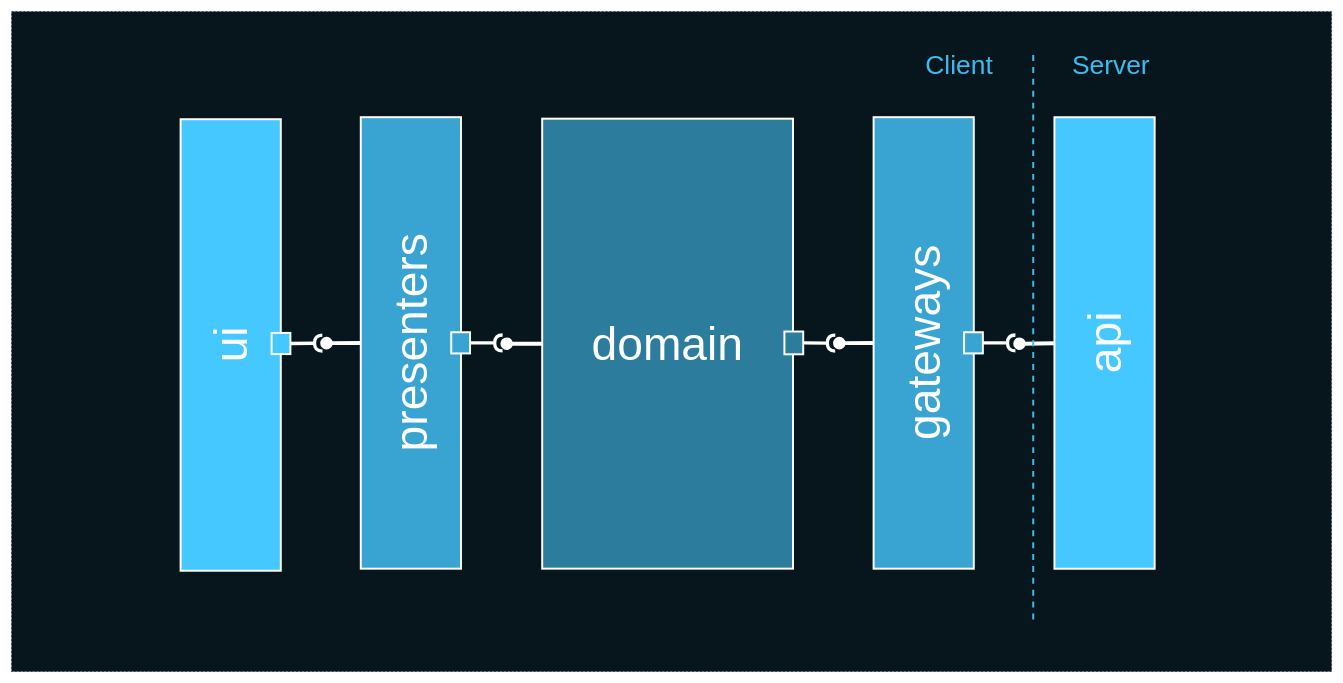
Above: deck/ru/diagrams/caLayerModulesBase.drawio in AlexanderLapygin/ca-react-rest-api-starter (draw.io), before the change. Source tidied: cells renumbered, new cells numbered last; positions are measured from the earlier drawing's top-left corner, leaving out a move shared by most shapes. Both pictures are drawn from the tidied source at 66%, with x=0, y=0 at pixel (5, 11).
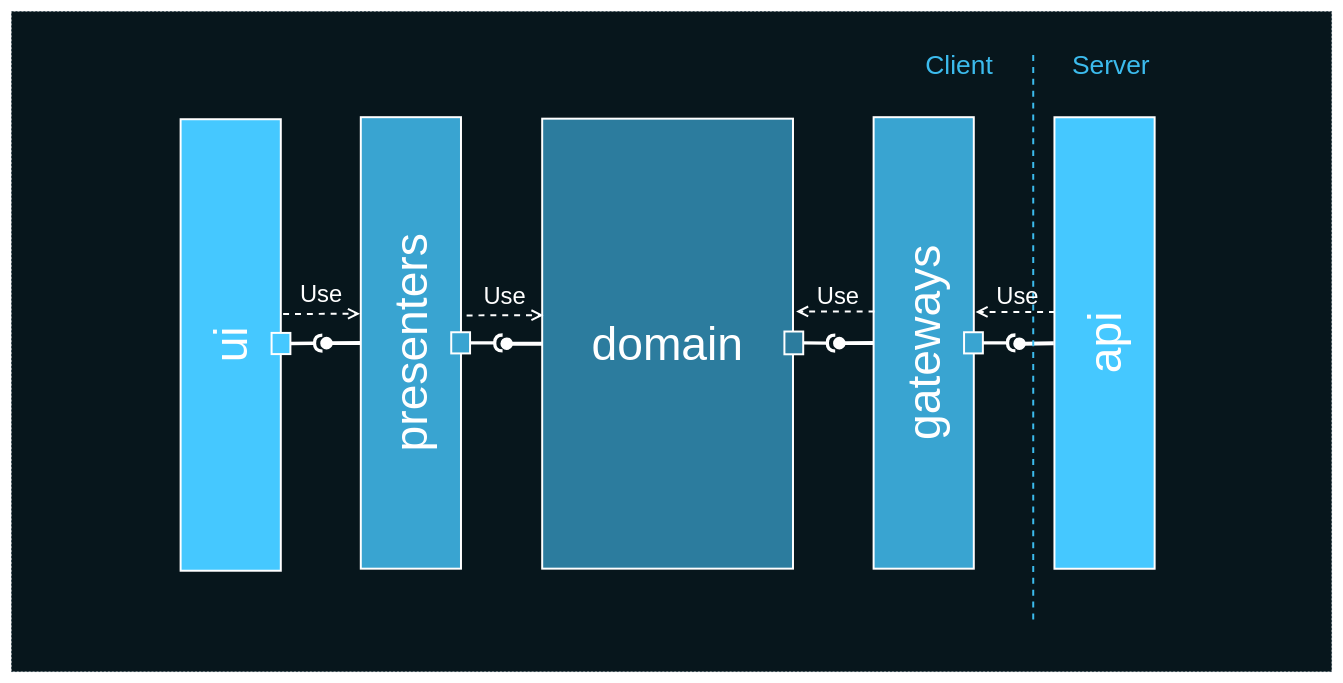
The same diagram, later.

The edit, as a diff of the source:
```diff
@@
+    <mxCell id="31" value="Use" style="endArrow=open;endSize=12;dashed=1;html=1;strokeColor=#FFFFFF;strokeWidth=3;fontSize=36;fontColor=#FFFFFF;labelBackgroundColor=none;entryX=0.857;entryY=-0.021;entryDx=0;entryDy=0;entryPerimeter=0;exitX=0.861;exitY=1.01;exitDx=0;exitDy=0;exitPerimeter=0;" parent="1" edge="1">
+      <mxGeometry y="30" relative="1" as="geometry">
+        <mxPoint x="421.5" y="458.3" as="sourcePoint" />
+        <mxPoint x="538" y="457.8" as="targetPoint" />
+      </mxGeometry>
+    </mxCell>
+    <mxCell id="32" value="Use" style="endArrow=open;endSize=12;dashed=1;html=1;strokeColor=#FFFFFF;strokeWidth=3;fontSize=36;fontColor=#FFFFFF;labelBackgroundColor=none;entryX=0.857;entryY=-0.021;entryDx=0;entryDy=0;entryPerimeter=0;exitX=0.861;exitY=1.01;exitDx=0;exitDy=0;exitPerimeter=0;" parent="1" edge="1">
+      <mxGeometry y="30" relative="1" as="geometry">
+        <mxPoint x="699.5" y="460.4" as="sourcePoint" />
+        <mxPoint x="816" y="460" as="targetPoint" />
+      </mxGeometry>
+    </mxCell>
+    <mxCell id="33" value="Use" style="endArrow=open;endSize=12;dashed=1;html=1;strokeColor=#FFFFFF;strokeWidth=3;fontSize=36;fontColor=#FFFFFF;labelBackgroundColor=none;entryX=1.007;entryY=0.135;entryDx=0;entryDy=0;entryPerimeter=0;exitX=0.862;exitY=-0.004;exitDx=0;exitDy=0;exitPerimeter=0;" parent="1" edge="1">
+      <mxGeometry x="-0.07" y="-24" relative="1" as="geometry">
+        <mxPoint x="1317.5" y="454.4" as="sourcePoint" />
+        <mxPoint x="1198.7" y="454.4" as="targetPoint" />
+        <mxPoint x="-1" as="offset" />
+      </mxGeometry>
+    </mxCell>
+    <mxCell id="34" value="Use" style="endArrow=open;endSize=12;dashed=1;html=1;strokeColor=#FFFFFF;strokeWidth=3;fontSize=36;fontColor=#FFFFFF;labelBackgroundColor=none;entryX=0.861;entryY=1.004;entryDx=0;entryDy=0;entryPerimeter=0;exitX=0.861;exitY=-0.008;exitDx=0;exitDy=0;exitPerimeter=0;" parent="1" edge="1">
+      <mxGeometry x="-0.07" y="-24" relative="1" as="geometry">
+        <mxPoint x="1590.9" y="455.2" as="sourcePoint" />
+        <mxPoint x="1470.6" y="455.1" as="targetPoint" />
+        <mxPoint x="-1" as="offset" />
+      </mxGeometry>
+    </mxCell>
```
